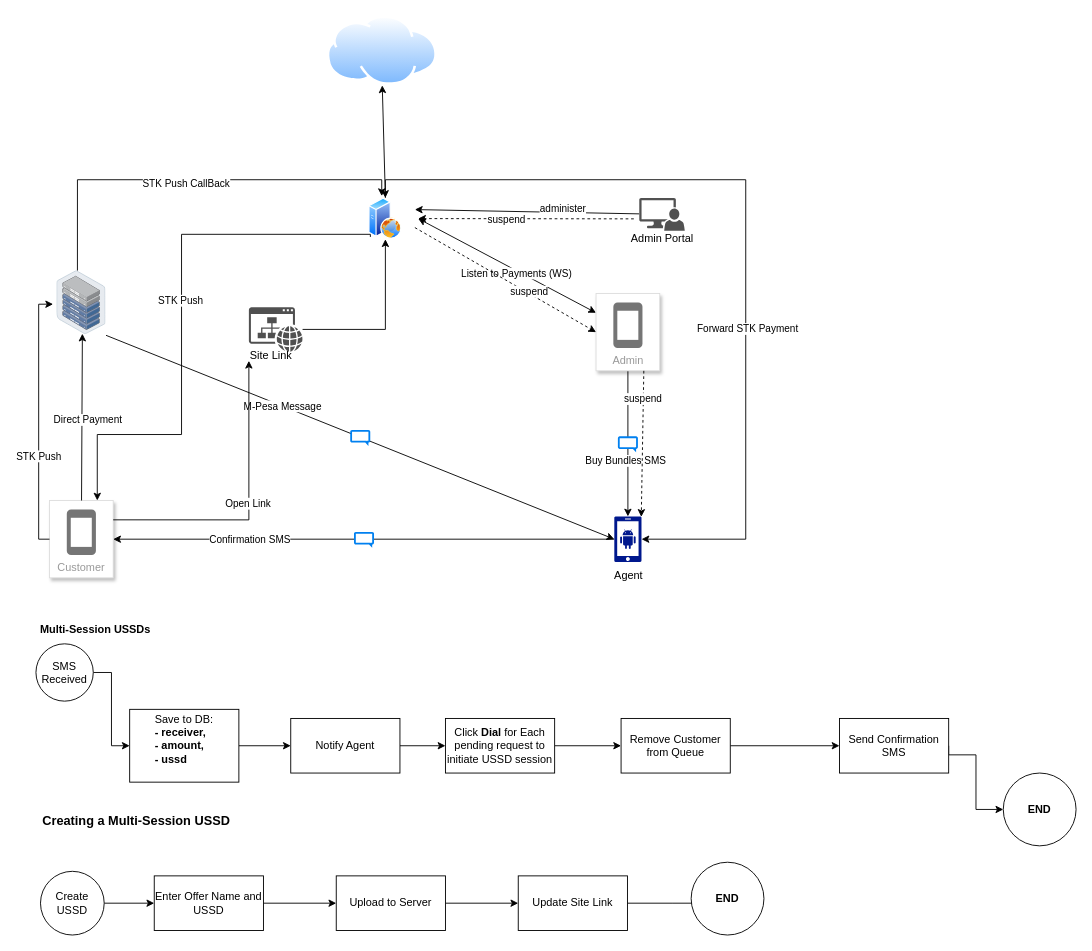
kariuki-joseph/drawio-diagrams keeps this draw.io diagram as diagrams/Untitled Diagram.drawio. Above is the earlier version. Source tidied: cells renumbered, new cells numbered last; positions are measured from the earlier drawing's top-left corner, leaving out a move shared by most shapes. Both pictures are drawn from the tidied source at 91%, with x=0, y=0 at pixel (31, 15).
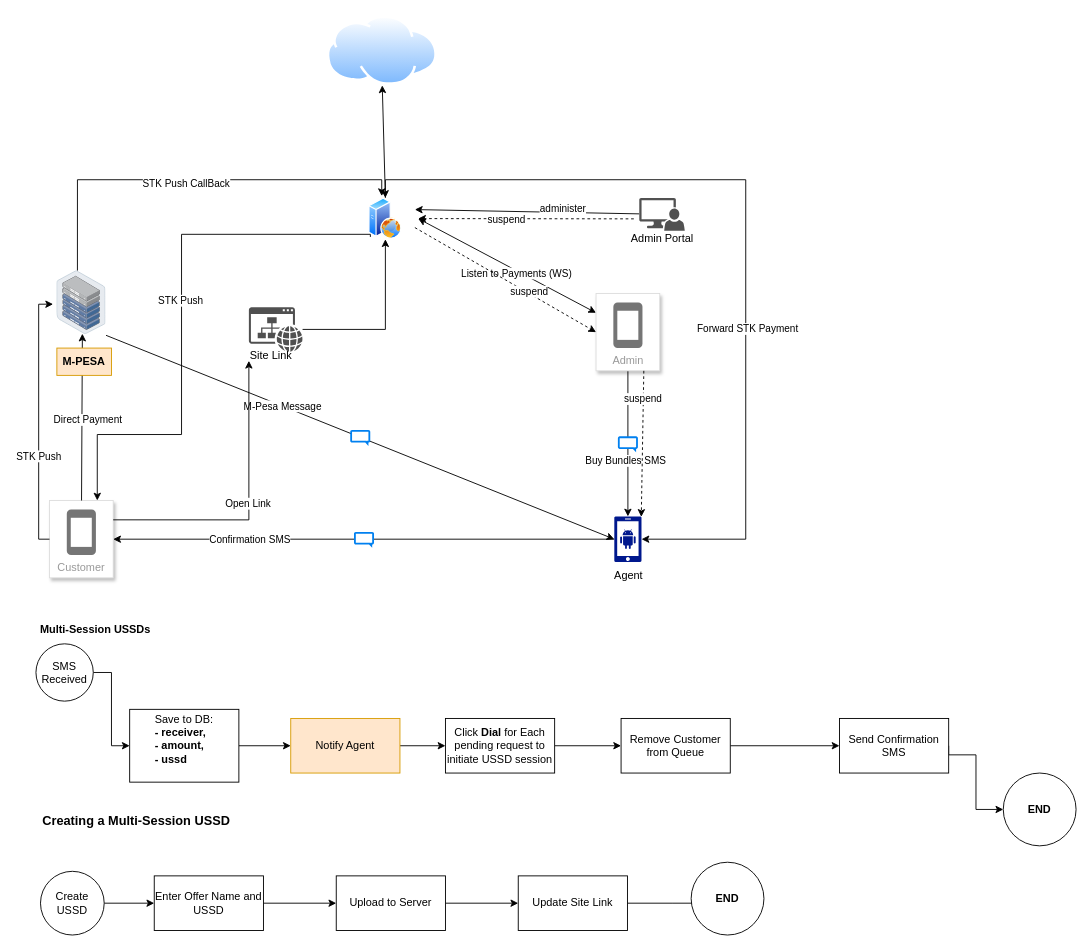
The same diagram, later.

What changed in the source:
```diff
@@
-    <mxCell id="58" value="Notify Agent" style="whiteSpace=wrap;html=1;rounded=0;" parent="1" vertex="1">
+    <mxCell id="58" value="Notify Agent" style="whiteSpace=wrap;html=1;rounded=0;fillColor=#ffe6cc;strokeColor=#d79b00;" parent="1" vertex="1">
       <mxGeometry x="285" y="772" width="120" height="60" as="geometry" />
     </mxCell>
@@
+    <mxCell id="78" value="&lt;b&gt;M-PESA&lt;/b&gt;" style="text;html=1;align=center;verticalAlign=middle;whiteSpace=wrap;rounded=0;fillColor=#ffe6cc;strokeColor=#d79b00;" parent="1" vertex="1">
+      <mxGeometry x="28" y="365" width="60" height="30" as="geometry" />
+    </mxCell>
```
